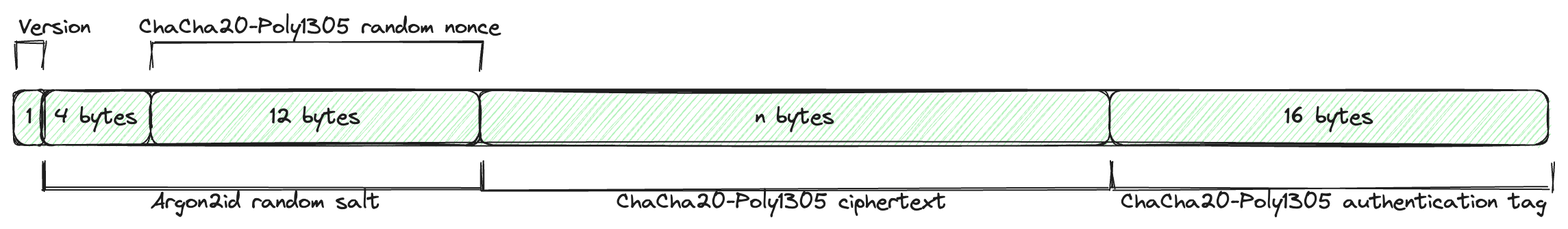
Earlier version of the Excalidraw export NoXS.png (raidshift/NoXS). Source tidied: one line per element, renumbered; positions are measured from the earlier drawing's top-left corner, leaving out a move shared by most shapes.
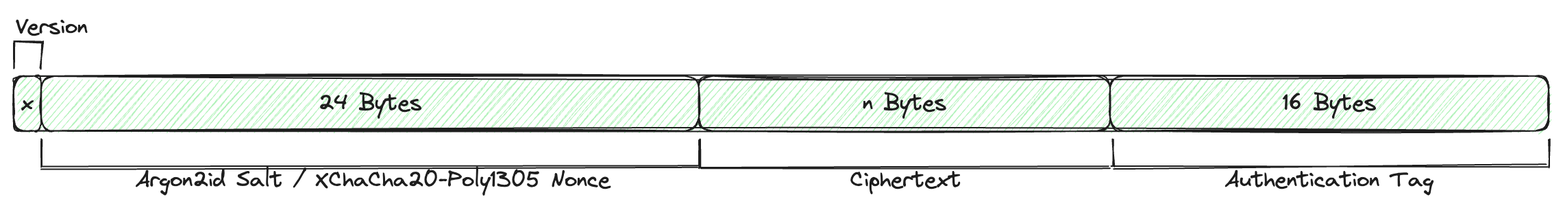
After the commit.

Diff of the diagram source:
```diff
@@ -1,34 +1,25 @@
 {"id": 0, "type": "rectangle", "strokeColor": "#1e1e1e", "backgroundColor": "#b2f2bb", "fillStyle": "hachure", "strokeWidth": 1, "roughness": 1, "round": true, "x": 0, "y": 56, "width": 1120, "height": 40}
-{"id": 1, "type": "rectangle", "strokeColor": "#1e1e1e", "strokeWidth": 1, "roughness": 1, "round": true, "x": 21, "y": 56, "width": 320, "height": 40}
-{"id": 2, "type": "line", "strokeColor": "#1e1e1e", "strokeWidth": 1, "roughness": 1, "round": true, "x": 102, "y": 21, "width": 240, "height": 0, "points": [[0, 0], [240, 0]]}
-{"id": 3, "type": "line", "strokeColor": "#1e1e1e", "strokeWidth": 1, "roughness": 1, "round": true, "x": 342, "y": 21, "width": 0, "height": 20, "points": [[0, 0], [0, 20]]}
-{"id": 4, "type": "line", "strokeColor": "#1e1e1e", "strokeWidth": 1, "roughness": 1, "round": true, "x": 102, "y": 20, "width": 2, "height": 20, "points": [[0, 0], [-2, 20]]}
-{"id": 5, "type": "line", "strokeColor": "#1e1e1e", "strokeWidth": 1, "roughness": 1, "round": true, "x": 21, "y": 128, "width": 320, "height": 0, "points": [[0, 0], [320, 0]]}
+{"id": 5, "type": "line", "strokeColor": "#1e1e1e", "strokeWidth": 1, "roughness": 1, "round": true, "x": 20, "y": 123, "width": 480, "height": 1, "points": [[0, 0], [480, -1]]}
-{"id": 6, "type": "line", "strokeColor": "#1e1e1e", "strokeWidth": 1, "roughness": 1, "round": true, "x": 343, "y": 109, "width": 0, "height": 20, "points": [[0, 0], [0, 20]]}
+{"id": 6, "type": "line", "strokeColor": "#1e1e1e", "strokeWidth": 1, "roughness": 1, "round": true, "x": 501, "y": 102, "width": 0, "height": 20, "points": [[0, 0], [0, 20]]}
-{"id": 7, "type": "line", "strokeColor": "#1e1e1e", "strokeWidth": 1, "roughness": 1, "round": true, "x": 22, "y": 108, "width": 0, "height": 20, "points": [[0, 0], [0, 20]]}
-{"id": 8, "type": "text", "text": "ChaCha20-Poly1305 random nonce", "strokeColor": "#1e1e1e", "strokeWidth": 1, "roughness": 1, "fontSize": 16, "fontFamily": 1, "x": 92, "y": 0, "width": 264, "height": 20}
-{"id": 9, "type": "text", "text": "Argon2id random salt", "strokeColor": "#1e1e1e", "strokeWidth": 1, "roughness": 1, "fontSize": 16, "fontFamily": 1, "x": 100, "y": 127, "width": 167, "height": 20}
+{"id": 9, "type": "text", "text": "Argon2id Salt / XChaCha20-Poly1305 Nonce", "strokeColor": "#1e1e1e", "strokeWidth": 1, "roughness": 1, "fontSize": 16, "fontFamily": 1, "x": 89, "y": 122, "width": 346, "height": 20}
-{"id": 10, "type": "rectangle", "strokeColor": "#1e1e1e", "strokeWidth": 1, "roughness": 1, "round": true, "x": 340, "y": 56, "width": 460, "height": 40}
+{"id": 10, "type": "rectangle", "strokeColor": "#1e1e1e", "strokeWidth": 1, "roughness": 1, "round": true, "x": 500, "y": 56, "width": 300, "height": 40}
-{"id": 11, "type": "text", "text": "n bytes", "strokeColor": "#1e1e1e", "strokeWidth": 1, "roughness": 1, "fontSize": 16, "fontFamily": 1, "textAlign": "center", "verticalAlign": "middle", "inside": 10, "x": 541, "y": 66, "width": 58, "height": 20}
+{"id": 11, "type": "text", "text": "n Bytes", "strokeColor": "#1e1e1e", "strokeWidth": 1, "roughness": 1, "fontSize": 16, "fontFamily": 1, "textAlign": "center", "verticalAlign": "middle", "inside": 10, "x": 619, "y": 66, "width": 61, "height": 20}
-{"id": 12, "type": "line", "strokeColor": "#1e1e1e", "strokeWidth": 1, "roughness": 1, "round": true, "x": 340, "y": 128, "width": 460, "height": 1, "points": [[0, 0], [460, -1]]}
+{"id": 12, "type": "line", "strokeColor": "#1e1e1e", "strokeWidth": 1, "roughness": 1, "round": true, "x": 500, "y": 122, "width": 300, "height": 0, "points": [[0, 0], [300, 0]]}
-{"id": 13, "type": "line", "strokeColor": "#1e1e1e", "strokeWidth": 1, "roughness": 1, "round": true, "x": 802, "y": 107, "width": 0, "height": 20, "points": [[0, 0], [0, 20]]}
+{"id": 13, "type": "line", "strokeColor": "#1e1e1e", "strokeWidth": 1, "roughness": 1, "round": true, "x": 802, "y": 101, "width": 0, "height": 20, "points": [[0, 0], [0, 20]]}
-{"id": 14, "type": "line", "strokeColor": "#1e1e1e", "strokeWidth": 1, "roughness": 1, "round": true, "x": 342, "y": 109, "width": 0, "height": 20, "points": [[0, 0], [0, 20]]}
+{"id": 14, "type": "line", "strokeColor": "#1e1e1e", "strokeWidth": 1, "roughness": 1, "round": true, "x": 500, "y": 102, "width": 0, "height": 20, "points": [[0, 0], [0, 20]]}
-{"id": 15, "type": "text", "text": "ChaCha20-Poly1305 ciphertext", "strokeColor": "#1e1e1e", "strokeWidth": 1, "roughness": 1, "fontSize": 16, "fontFamily": 1, "x": 440, "y": 127, "width": 241, "height": 20}
+{"id": 15, "type": "text", "text": "Ciphertext", "strokeColor": "#1e1e1e", "strokeWidth": 1, "roughness": 1, "fontSize": 16, "fontFamily": 1, "x": 610, "y": 122, "width": 81, "height": 20}
-{"id": 16, "type": "rectangle", "strokeColor": "#1e1e1e", "strokeWidth": 1, "roughness": 1, "round": true, "x": 0, "y": 56, "width": 23, "height": 40}
+{"id": 16, "type": "rectangle", "strokeColor": "#1e1e1e", "strokeWidth": 1, "roughness": 1, "round": true, "x": 0, "y": 56, "width": 20, "height": 40}
-{"id": 17, "type": "text", "text": "1", "strokeColor": "#1e1e1e", "strokeWidth": 1, "roughness": 1, "fontSize": 16, "fontFamily": 1, "textAlign": "center", "verticalAlign": "middle", "inside": 16, "x": 9, "y": 66, "width": 4, "height": 20}
+{"id": 34, "type": "text", "text": "x", "strokeColor": "#1e1e1e", "strokeWidth": 2, "roughness": 1, "fontSize": 16, "fontFamily": 5, "textAlign": "center", "verticalAlign": "middle", "inside": 16, "x": 5, "y": 66, "width": 9, "height": 20}
 {"id": 18, "type": "rectangle", "strokeColor": "#1e1e1e", "strokeWidth": 1, "roughness": 1, "round": true, "x": 800, "y": 56, "width": 320, "height": 40}
-{"id": 19, "type": "text", "text": "16 bytes", "strokeColor": "#1e1e1e", "strokeWidth": 1, "roughness": 1, "fontSize": 16, "fontFamily": 1, "textAlign": "center", "verticalAlign": "middle", "inside": 18, "x": 928, "y": 66, "width": 65, "height": 20}
+{"id": 19, "type": "text", "text": "16 Bytes", "strokeColor": "#1e1e1e", "strokeWidth": 1, "roughness": 1, "fontSize": 16, "fontFamily": 1, "textAlign": "center", "verticalAlign": "middle", "inside": 18, "x": 926, "y": 66, "width": 68, "height": 20}
-{"id": 20, "type": "line", "strokeColor": "#1e1e1e", "strokeWidth": 1, "roughness": 1, "round": true, "x": 801, "y": 128, "width": 320, "height": 0, "points": [[0, 0], [320, 0]]}
+{"id": 20, "type": "line", "strokeColor": "#1e1e1e", "strokeWidth": 1, "roughness": 1, "round": true, "x": 801, "y": 122, "width": 319, "height": 1, "points": [[0, 0], [319, -1]]}
-{"id": 21, "type": "line", "strokeColor": "#1e1e1e", "strokeWidth": 1, "roughness": 1, "round": true, "x": 1123, "y": 109, "width": 0, "height": 20, "points": [[0, 0], [0, 20]]}
+{"id": 21, "type": "line", "strokeColor": "#1e1e1e", "strokeWidth": 1, "roughness": 1, "round": true, "x": 1120, "y": 102, "width": 0, "height": 20, "points": [[0, 0], [0, 20]]}
-{"id": 22, "type": "line", "strokeColor": "#1e1e1e", "strokeWidth": 1, "roughness": 1, "round": true, "x": 801, "y": 108, "width": 0, "height": 20, "points": [[0, 0], [0, 20]]}
+{"id": 22, "type": "line", "strokeColor": "#1e1e1e", "strokeWidth": 1, "roughness": 1, "round": true, "x": 500, "y": 103, "width": 0, "height": 20, "points": [[0, 0], [0, 20]]}
-{"id": 23, "type": "text", "text": "ChaCha20-Poly1305 authentication tag", "strokeColor": "#1e1e1e", "strokeWidth": 1, "roughness": 1, "fontSize": 16, "fontFamily": 1, "x": 808, "y": 127, "width": 311, "height": 20}
+{"id": 23, "type": "text", "text": "Authentication Tag", "strokeColor": "#1e1e1e", "strokeWidth": 1, "roughness": 1, "fontSize": 16, "fontFamily": 1, "x": 884, "y": 122, "width": 152, "height": 20}
-{"id": 24, "type": "line", "strokeColor": "#1e1e1e", "strokeWidth": 1, "roughness": 1, "round": true, "x": 2, "y": 20, "width": 20, "height": 1, "points": [[0, 0], [20, 1]]}
+{"id": 24, "type": "line", "strokeColor": "#1e1e1e", "strokeWidth": 1, "roughness": 1, "round": true, "x": 0, "y": 30, "width": 20, "height": 1, "points": [[0, 0], [20, 1]]}
-{"id": 25, "type": "line", "strokeColor": "#1e1e1e", "strokeWidth": 1, "roughness": 1, "round": true, "x": 22, "y": 108, "width": 0, "height": 20, "points": [[0, 0], [0, 20]]}
+{"id": 25, "type": "line", "strokeColor": "#1e1e1e", "strokeWidth": 1, "roughness": 1, "round": true, "x": 20, "y": 102, "width": 0, "height": 20, "points": [[0, 0], [0, 20]]}
-{"id": 26, "type": "line", "strokeColor": "#1e1e1e", "strokeWidth": 1, "roughness": 1, "round": true, "x": 2, "y": 21, "width": 0, "height": 20, "points": [[0, 0], [0, 20]]}
+{"id": 26, "type": "line", "strokeColor": "#1e1e1e", "strokeWidth": 1, "roughness": 1, "round": true, "x": 0, "y": 31, "width": 0, "height": 20, "points": [[0, 0], [0, 20]]}
-{"id": 27, "type": "text", "text": "Version", "strokeColor": "#1e1e1e", "strokeWidth": 1, "roughness": 1, "fontSize": 16, "fontFamily": 1, "x": 4, "y": 0, "width": 52, "height": 20}
+{"id": 27, "type": "text", "text": "Version", "strokeColor": "#1e1e1e", "strokeWidth": 1, "roughness": 1, "fontSize": 16, "fontFamily": 1, "x": 1, "y": 10, "width": 52, "height": 20}
-{"id": 28, "type": "line", "strokeColor": "#1e1e1e", "strokeWidth": 1, "strokeStyle": "dotted", "roughness": 1, "round": true, "x": 101, "y": 56, "width": 0, "height": 41, "points": [[0, 0], [0, 41]]}
-{"id": 29, "type": "rectangle", "strokeColor": "#1e1e1e", "strokeWidth": 1, "roughness": 1, "round": true, "x": 100, "y": 56, "width": 240, "height": 40}
+{"id": 29, "type": "rectangle", "strokeColor": "#1e1e1e", "strokeWidth": 1, "roughness": 1, "round": true, "x": 20, "y": 56, "width": 480, "height": 40}
-{"id": 30, "type": "text", "text": "12 bytes", "strokeColor": "#1e1e1e", "strokeWidth": 1, "roughness": 1, "fontSize": 16, "fontFamily": 1, "textAlign": "center", "verticalAlign": "middle", "inside": 29, "x": 187, "y": 66, "width": 66, "height": 20}
+{"id": 30, "type": "text", "text": "24 Bytes", "strokeColor": "#1e1e1e", "strokeWidth": 1, "roughness": 1, "fontSize": 16, "fontFamily": 1, "textAlign": "center", "verticalAlign": "middle", "inside": 29, "x": 222, "y": 66, "width": 75, "height": 20}
-{"id": 31, "type": "rectangle", "strokeColor": "#1e1e1e", "strokeWidth": 1, "roughness": 1, "round": true, "x": 20, "y": 56, "width": 80, "height": 40}
-{"id": 32, "type": "text", "text": "4 bytes", "strokeColor": "#1e1e1e", "strokeWidth": 1, "roughness": 1, "fontSize": 16, "fontFamily": 1, "textAlign": "center", "verticalAlign": "middle", "inside": 31, "x": 30, "y": 66, "width": 60, "height": 20}
-{"id": 33, "type": "line", "strokeColor": "#1e1e1e", "strokeWidth": 1, "roughness": 1, "round": true, "x": 22, "y": 20, "width": 0, "height": 20, "points": [[0, 0], [0, 20]]}
+{"id": 33, "type": "line", "strokeColor": "#1e1e1e", "strokeWidth": 1, "roughness": 1, "round": true, "x": 21, "y": 30, "width": 1, "height": 20, "points": [[0, 0], [-1, 20]]}
```
